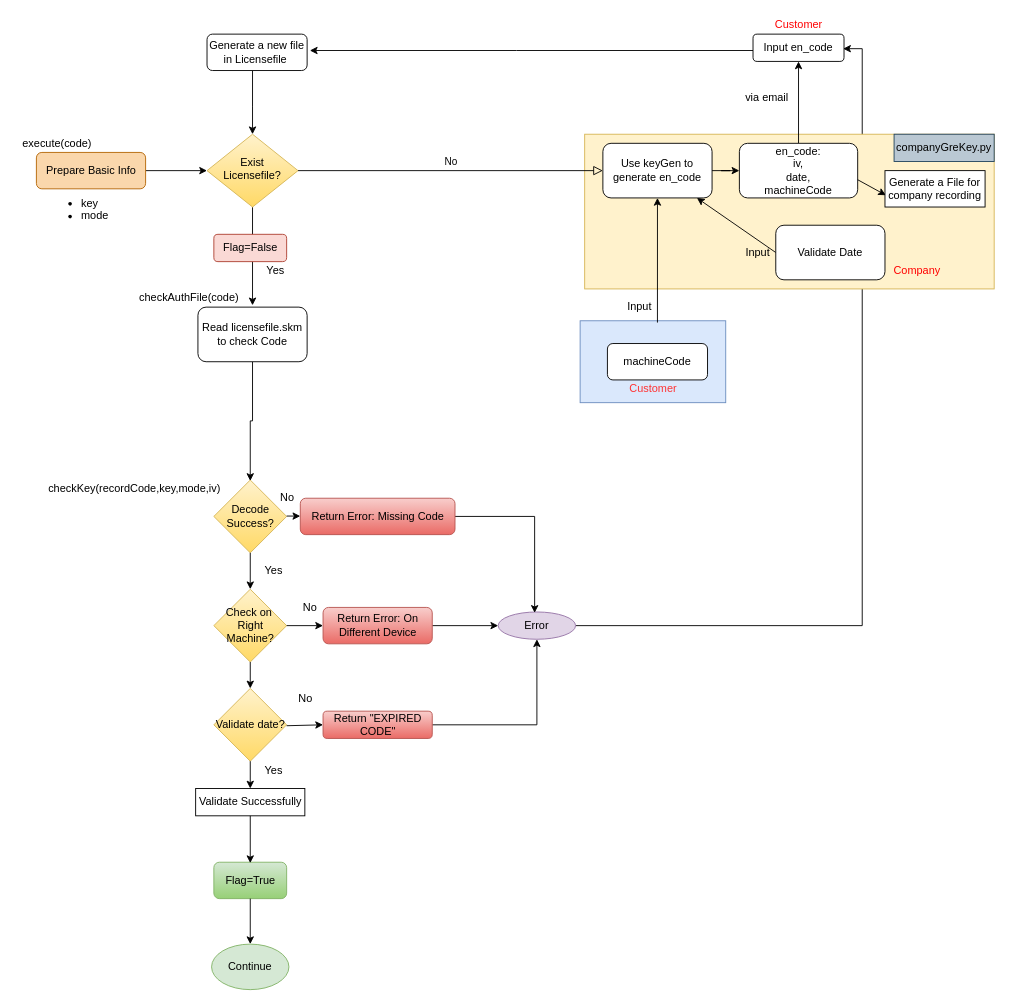
Before: Untitled Diagram.drawio in xuunnis123/RegisterCode, a draw.io diagram. Source tidied: cells renumbered, new cells numbered last; positions are measured from the earlier drawing's top-left corner, leaving out a move shared by most shapes. Both pictures are drawn from the tidied source at 91%, with x=0, y=0 at pixel (15, 15).
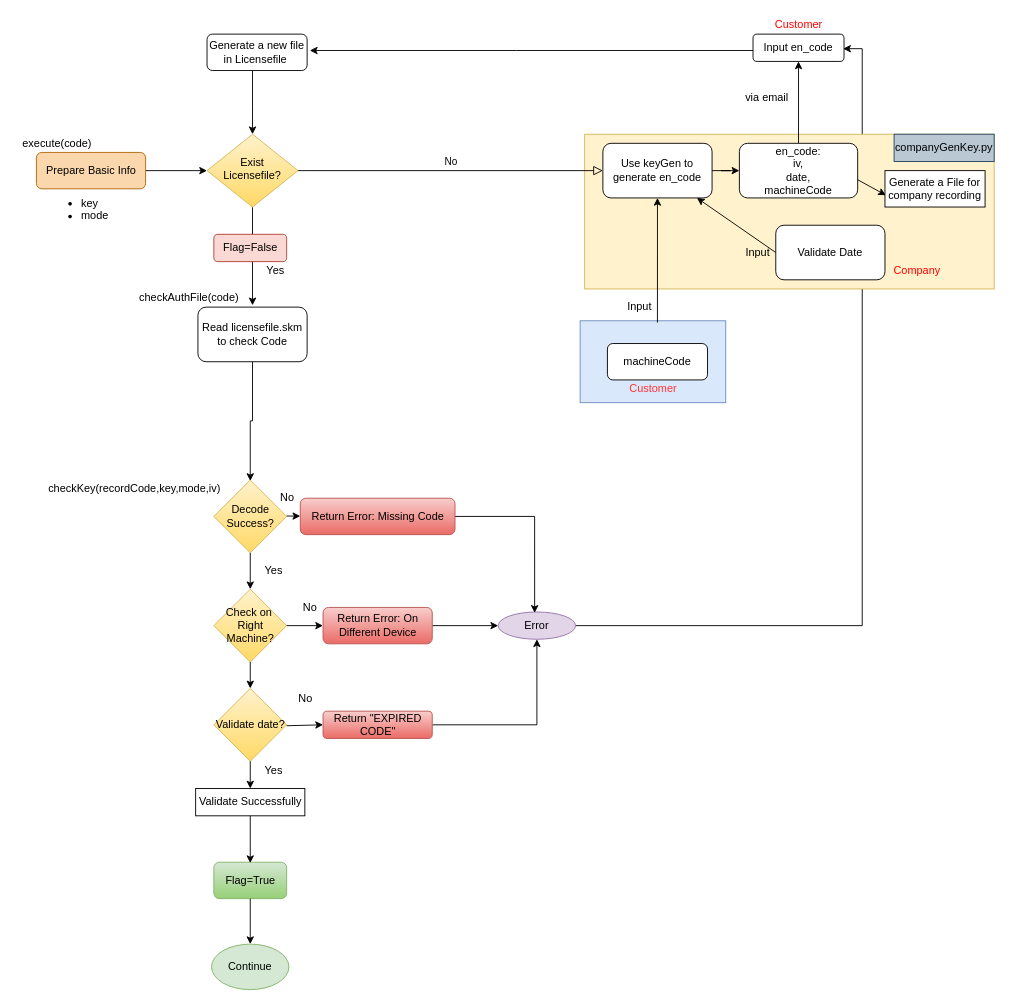
The same diagram, later.

Unchanged cells that the change refers to:
```xml
<mxCell id="44" style="group;" parent="1" vertex="1">
  <mxGeometry x="620" width="455" height="425" as="geometry" />
</mxCell>
```

The edit, as a diff of the source:
```diff
@@
-    <mxCell id="58" value="companyGreKey.py" style="rounded=0;whiteSpace=wrap;html=1;fillColor=#bac8d3;strokeColor=#23445d;" parent="44" vertex="1">
+    <mxCell id="58" value="companyGenKey.py" style="rounded=0;whiteSpace=wrap;html=1;fillColor=#bac8d3;strokeColor=#23445d;" parent="44" vertex="1">
       <mxGeometry x="345" y="130" width="110" height="30" as="geometry" />
     </mxCell>
```
